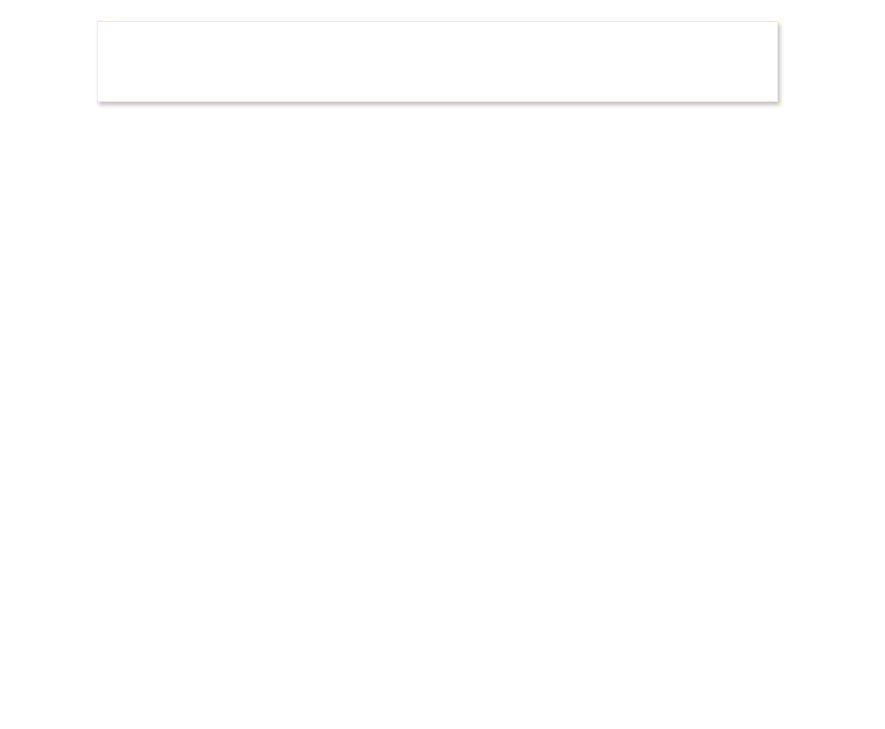
Earlier version of the draw.io diagram Untitled Diagram.drawio (ChuckLightfoot/movieapp). Source tidied: cells renumbered, new cells numbered last; positions are measured from the earlier drawing's top-left corner, leaving out a move shared by most shapes. Both pictures are drawn from the tidied source at 100%, with x=0, y=0 at pixel (97, 21).
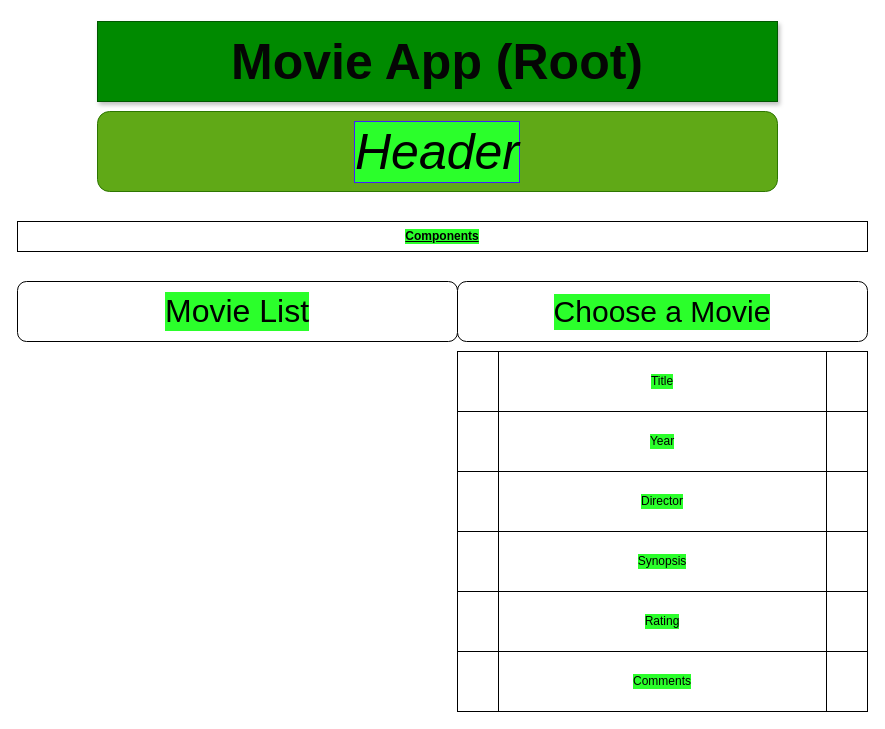
Above is the later version.

Commit message:
Movie App Diagram

What changed in the source:
```diff
@@
 <mxGraphModel>
   <root>
     <mxCell id="0" />
     <mxCell id="1" parent="0" />
-    <mxCell id="2" style="rounded=0;whiteSpace=wrap;html=1;strokeColor=#FAFF6E;shadow=1;" parent="1" vertex="1">
+    <mxCell id="2" value="&lt;font style=&quot;font-size: 50px&quot; color=&quot;#050505&quot;&gt;&lt;b&gt;Movie App (Root)&lt;/b&gt;&lt;/font&gt;" style="rounded=0;whiteSpace=wrap;html=1;strokeColor=#005700;shadow=1;fillColor=#008a00;fontColor=#ffffff;" parent="1" vertex="1">
       <mxGeometry width="680" height="80" as="geometry" />
     </mxCell>
+    <mxCell id="3" value="&lt;font color=&quot;#000000&quot; style=&quot;font-size: 50px&quot;&gt;&lt;i&gt;Header&lt;/i&gt;&lt;/font&gt;" style="rounded=1;whiteSpace=wrap;html=1;align=center;labelBackgroundColor=#2BFF2B;labelBorderColor=#3F21FF;fillColor=#60a917;strokeColor=#2D7600;fontColor=#ffffff;" parent="1" vertex="1">
+      <mxGeometry y="90" width="680" height="80" as="geometry" />
+    </mxCell>
+    <mxCell id="4" value="&lt;b&gt;&lt;u&gt;Components&lt;/u&gt;&lt;/b&gt;" style="rounded=0;whiteSpace=wrap;html=1;labelBackgroundColor=#2BFF2B;align=center;" parent="1" vertex="1">
+      <mxGeometry x="-80" y="200" width="850" height="30" as="geometry" />
+    </mxCell>
+    <mxCell id="5" value="&lt;font style=&quot;font-size: 32px&quot;&gt;Movie List&lt;/font&gt;" style="rounded=1;whiteSpace=wrap;html=1;labelBackgroundColor=#2BFF2B;align=center;" parent="1" vertex="1">
+      <mxGeometry x="-80" y="260" width="440" height="60" as="geometry" />
+    </mxCell>
+    <mxCell id="6" style="edgeStyle=orthogonalEdgeStyle;rounded=0;jettySize=auto;html=1;exitX=0;exitY=0.5;exitDx=0;exitDy=0;entryX=1;entryY=0.5;entryDx=0;entryDy=0;" parent="1" edge="1" source="7" target="5">
+      <mxGeometry relative="1" as="geometry" />
+    </mxCell>
+    <mxCell id="7" value="&lt;font style=&quot;font-size: 30px&quot;&gt;Choose a Movie&lt;/font&gt;" style="rounded=1;whiteSpace=wrap;html=1;labelBackgroundColor=#2BFF2B;align=center;" parent="1" vertex="1">
+      <mxGeometry x="360" y="260" width="410" height="60" as="geometry" />
+    </mxCell>
+    <mxCell id="8" value="Rating" style="shape=process;whiteSpace=wrap;html=1;backgroundOutline=1;labelBackgroundColor=#2BFF2B;align=center;" parent="1" vertex="1">
+      <mxGeometry x="360" y="570" width="410" height="60" as="geometry" />
+    </mxCell>
+    <mxCell id="9" value="Director" style="shape=process;whiteSpace=wrap;html=1;backgroundOutline=1;labelBackgroundColor=#2BFF2B;align=center;" parent="1" vertex="1">
+      <mxGeometry x="360" y="450" width="410" height="60" as="geometry" />
+    </mxCell>
+    <mxCell id="10" value="Comments" style="shape=process;whiteSpace=wrap;html=1;backgroundOutline=1;labelBackgroundColor=#2BFF2B;align=center;" parent="1" vertex="1">
+      <mxGeometry x="360" y="630" width="410" height="60" as="geometry" />
+    </mxCell>
+    <mxCell id="11" value="Year" style="shape=process;whiteSpace=wrap;html=1;backgroundOutline=1;labelBackgroundColor=#2BFF2B;align=center;" parent="1" vertex="1">
+      <mxGeometry x="360" y="390" width="410" height="60" as="geometry" />
+    </mxCell>
+    <mxCell id="12" value="Title" style="shape=process;whiteSpace=wrap;html=1;backgroundOutline=1;labelBackgroundColor=#2BFF2B;align=center;" parent="1" vertex="1">
+      <mxGeometry x="360" y="330" width="410" height="60" as="geometry" />
+    </mxCell>
+    <mxCell id="13" value="Synopsis" style="shape=process;whiteSpace=wrap;html=1;backgroundOutline=1;labelBackgroundColor=#2BFF2B;align=center;" parent="1" vertex="1">
+      <mxGeometry x="360" y="510" width="410" height="60" as="geometry" />
+    </mxCell>
   </root>
 </mxGraphModel>
```
